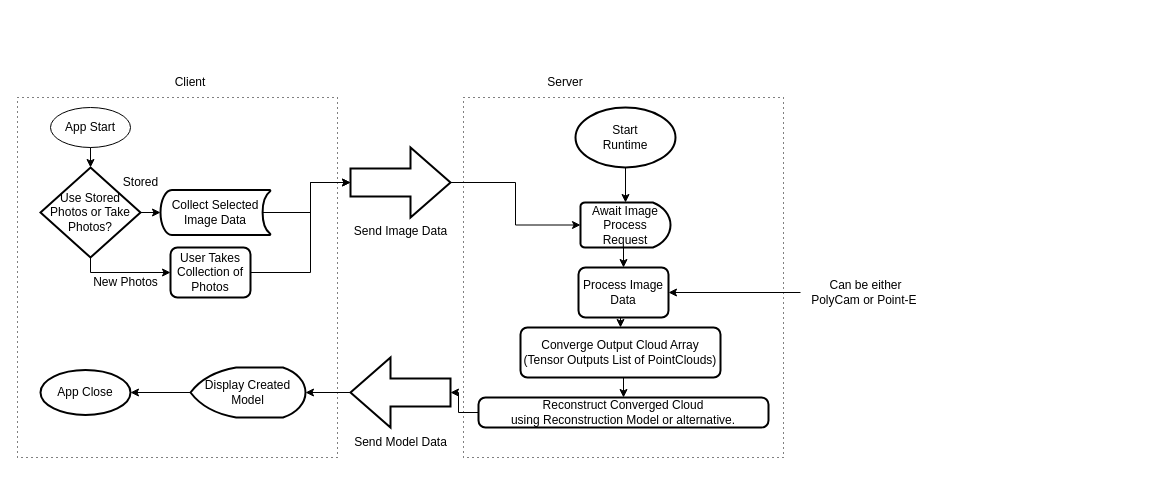
Above: Paper/Diagrams/Point_E Diagram.drawio in F-Dudley/Dissertation-2022_2023 (draw.io), before the change. Source tidied: cells renumbered, new cells numbered last; positions are measured from the earlier drawing's top-left corner, leaving out a move shared by most shapes. Both pictures are drawn from the tidied source at 100%, with x=0, y=0 at pixel (17, 67).
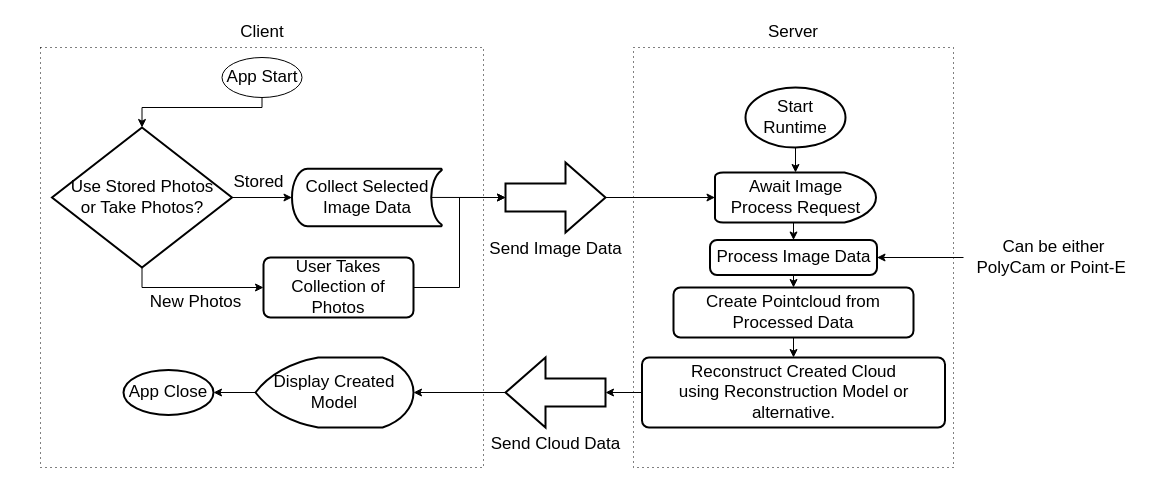
Above is the later version.

Change to the diagram source:
```diff
@@
-    <mxCell id="2" style="rounded=0;whiteSpace=wrap;html=1;dashed=1;dashPattern=1 4;fillColor=none;" parent="1" vertex="1">
-      <mxGeometry y="30" width="320" height="360" as="geometry" />
+    <mxCell id="2" style="rounded=0;whiteSpace=wrap;html=1;dashed=1;dashPattern=1 4;fillColor=none;fontSize=17;" parent="1" vertex="1">
+      <mxGeometry x="23" y="-20" width="443" height="420" as="geometry" />
     </mxCell>
-    <mxCell id="3" style="rounded=0;whiteSpace=wrap;html=1;dashed=1;dashPattern=1 4;fillColor=none;" parent="1" vertex="1">
-      <mxGeometry x="446" y="30" width="320" height="360" as="geometry" />
+    <mxCell id="3" style="rounded=0;whiteSpace=wrap;html=1;dashed=1;dashPattern=1 4;fillColor=none;fontSize=17;" parent="1" vertex="1">
+      <mxGeometry x="616" y="-20" width="320" height="420" as="geometry" />
     </mxCell>
-    <mxCell id="4" value="Client" style="text;html=1;strokeColor=none;fillColor=none;align=center;verticalAlign=middle;whiteSpace=wrap;rounded=0;" parent="1" vertex="1">
-      <mxGeometry x="143" width="60" height="30" as="geometry" />
+    <mxCell id="4" value="Client" style="text;html=1;strokeColor=none;fillColor=none;align=center;verticalAlign=middle;whiteSpace=wrap;rounded=0;fontSize=17;" parent="1" vertex="1">
+      <mxGeometry x="214.5" y="-50" width="60" height="30" as="geometry" />
     </mxCell>
-    <mxCell id="5" value="Server" style="text;html=1;strokeColor=none;fillColor=none;align=center;verticalAlign=middle;whiteSpace=wrap;rounded=0;" parent="1" vertex="1">
-      <mxGeometry x="518" width="60" height="30" as="geometry" />
+    <mxCell id="5" value="Server" style="text;html=1;strokeColor=none;fillColor=none;align=center;verticalAlign=middle;whiteSpace=wrap;rounded=0;fontSize=17;" parent="1" vertex="1">
+      <mxGeometry x="746" y="-50" width="60" height="30" as="geometry" />
     </mxCell>
     <mxCell id="6" style="edgeStyle=orthogonalEdgeStyle;rounded=0;jettySize=auto;html=1;exitX=0.5;exitY=1;exitDx=0;exitDy=0;entryX=0.5;entryY=0;entryDx=0;entryDy=0;entryPerimeter=0;" parent="1" edge="1" source="7" target="12">
-      <mxGeometry relative="1" as="geometry" />
+      <mxGeometry relative="1" as="geometry">
+        <Array as="points">
+          <mxPoint x="245" y="40" />
+          <mxPoint x="125" y="40" />
+        </Array>
+      </mxGeometry>
     </mxCell>
-    <mxCell id="7" value="App Start" style="ellipse;whiteSpace=wrap;html=1;fillColor=none;" parent="1" vertex="1">
-      <mxGeometry x="33" y="40" width="80" height="40" as="geometry" />
+    <mxCell id="7" value="App Start" style="ellipse;whiteSpace=wrap;html=1;fillColor=none;fontSize=17;" parent="1" vertex="1">
+      <mxGeometry x="204.5" y="-10" width="80" height="40" as="geometry" />
     </mxCell>
     <mxCell id="8" style="edgeStyle=orthogonalEdgeStyle;rounded=0;jettySize=auto;html=1;exitX=1;exitY=0.5;exitDx=0;exitDy=0;entryX=0;entryY=0.5;entryDx=0;entryDy=0;entryPerimeter=0;" parent="1" edge="1" source="9" target="13">
-      <mxGeometry relative="1" as="geometry">
-        <Array as="points">
-          <mxPoint x="293" y="205" />
-          <mxPoint x="293" y="115" />
-        </Array>
-      </mxGeometry>
+      <mxGeometry relative="1" as="geometry" />
     </mxCell>
-    <mxCell id="9" value="User Takes Collection of Photos" style="rounded=1;whiteSpace=wrap;html=1;absoluteArcSize=1;arcSize=14;strokeWidth=2;fillColor=none;" parent="1" vertex="1">
-      <mxGeometry x="153" y="180" width="80" height="50" as="geometry" />
+    <mxCell id="9" value="User Takes Collection of Photos" style="rounded=1;whiteSpace=wrap;html=1;absoluteArcSize=1;arcSize=14;strokeWidth=2;fillColor=none;fontSize=17;" parent="1" vertex="1">
+      <mxGeometry x="246" y="190" width="150" height="60" as="geometry" />
     </mxCell>
+    <mxCell id="11" style="edgeStyle=orthogonalEdgeStyle;rounded=0;jettySize=auto;html=1;exitX=0.5;exitY=1;exitDx=0;exitDy=0;exitPerimeter=0;entryX=0;entryY=0.5;entryDx=0;entryDy=0;" parent="1" edge="1" source="12" target="9">
+      <mxGeometry relative="1" as="geometry" />
+    </mxCell>
-    <mxCell id="10" style="edgeStyle=orthogonalEdgeStyle;rounded=0;jettySize=auto;html=1;exitX=1;exitY=0.5;exitDx=0;exitDy=0;exitPerimeter=0;entryX=0;entryY=0.5;entryDx=0;entryDy=0;entryPerimeter=0;" parent="1" edge="1" source="12" target="15">
+    <mxCell id="10" style="edgeStyle=orthogonalEdgeStyle;rounded=0;jettySize=auto;html=1;exitX=1;exitY=0.5;exitDx=0;exitDy=0;exitPerimeter=0;" parent="1" edge="1" source="12" target="15">
       <mxGeometry relative="1" as="geometry" />
     </mxCell>
-    <mxCell id="11" style="edgeStyle=orthogonalEdgeStyle;rounded=0;jettySize=auto;html=1;exitX=0.5;exitY=1;exitDx=0;exitDy=0;exitPerimeter=0;entryX=0;entryY=0.5;entryDx=0;entryDy=0;" parent="1" edge="1" source="12" target="9">
-      <mxGeometry relative="1" as="geometry">
-        <Array as="points">
-          <mxPoint x="73" y="205" />
-        </Array>
-      </mxGeometry>
-    </mxCell>
-    <mxCell id="12" value="Use Stored Photos or Take Photos?" style="strokeWidth=2;html=1;shape=mxgraph.flowchart.decision;whiteSpace=wrap;fillColor=none;" parent="1" vertex="1">
-      <mxGeometry x="23" y="100" width="100" height="90" as="geometry" />
+    <mxCell id="12" value="Use Stored Photos &lt;br&gt;or Take Photos?" style="strokeWidth=2;html=1;shape=mxgraph.flowchart.decision;whiteSpace=wrap;fillColor=none;fontSize=17;" parent="1" vertex="1">
+      <mxGeometry x="34.5" y="60" width="180" height="140" as="geometry" />
     </mxCell>
+    <mxCell id="25" style="edgeStyle=orthogonalEdgeStyle;rounded=0;jettySize=auto;html=1;exitX=1;exitY=0.5;exitDx=0;exitDy=0;exitPerimeter=0;entryX=0;entryY=0.5;entryDx=0;entryDy=0;entryPerimeter=0;" parent="1" edge="1" source="13" target="24">
+      <mxGeometry relative="1" as="geometry" />
+    </mxCell>
-    <mxCell id="13" value="Send Image Data" style="verticalLabelPosition=bottom;verticalAlign=top;html=1;strokeWidth=2;shape=mxgraph.arrows2.arrow;dy=0.6;dx=40;notch=0;fillColor=none;" parent="1" vertex="1">
-      <mxGeometry x="333" y="80" width="100" height="70" as="geometry" />
+    <mxCell id="13" value="Send Image Data" style="verticalLabelPosition=bottom;verticalAlign=top;html=1;strokeWidth=2;shape=mxgraph.arrows2.arrow;dy=0.6;dx=40;notch=0;fillColor=none;fontSize=17;" parent="1" vertex="1">
+      <mxGeometry x="488" y="95" width="100" height="70" as="geometry" />
     </mxCell>
-    <mxCell id="14" style="edgeStyle=orthogonalEdgeStyle;rounded=0;jettySize=auto;html=1;exitX=0.93;exitY=0.5;exitDx=0;exitDy=0;exitPerimeter=0;" parent="1" edge="1" source="15" target="13">
+    <mxCell id="14" style="edgeStyle=orthogonalEdgeStyle;rounded=0;jettySize=auto;html=1;exitX=0.93;exitY=0.5;exitDx=0;exitDy=0;exitPerimeter=0;entryX=0;entryY=0.5;entryDx=0;entryDy=0;entryPerimeter=0;" parent="1" edge="1" source="15" target="13">
       <mxGeometry relative="1" as="geometry" />
     </mxCell>
-    <mxCell id="15" value="Collect Selected Image Data" style="strokeWidth=2;html=1;shape=mxgraph.flowchart.stored_data;whiteSpace=wrap;fillColor=none;" parent="1" vertex="1">
-      <mxGeometry x="143" y="122.5" width="110" height="45" as="geometry" />
+    <mxCell id="15" value="Collect Selected Image Data" style="strokeWidth=2;html=1;shape=mxgraph.flowchart.stored_data;whiteSpace=wrap;fillColor=none;fontSize=17;" parent="1" vertex="1">
+      <mxGeometry x="274.5" y="101.2" width="150" height="57.5" as="geometry" />
     </mxCell>
-    <mxCell id="16" value="New Photos" style="text;html=1;align=center;verticalAlign=middle;strokeColor=none;fillColor=none;" parent="1" vertex="1">
-      <mxGeometry x="63" y="200" width="90" height="30" as="geometry" />
+    <mxCell id="16" value="New Photos" style="text;html=1;align=center;verticalAlign=middle;strokeColor=none;fillColor=none;fontSize=17;" parent="1" vertex="1">
+      <mxGeometry x="118" y="220" width="120" height="30" as="geometry" />
     </mxCell>
-    <mxCell id="17" value="Stored" style="text;html=1;align=center;verticalAlign=middle;strokeColor=none;fillColor=none;" parent="1" vertex="1">
-      <mxGeometry x="93" y="100" width="60" height="30" as="geometry" />
+    <mxCell id="17" value="Stored" style="text;html=1;align=center;verticalAlign=middle;strokeColor=none;fillColor=none;fontSize=17;" parent="1" vertex="1">
+      <mxGeometry x="206" y="100" width="70" height="30" as="geometry" />
     </mxCell>
-    <mxCell id="18" style="edgeStyle=orthogonalEdgeStyle;rounded=0;jettySize=auto;html=1;exitX=0.5;exitY=1;exitDx=0;exitDy=0;entryX=0.5;entryY=0;entryDx=0;entryDy=0;" parent="1" edge="1" source="20" target="27">
+    <mxCell id="18" style="edgeStyle=orthogonalEdgeStyle;rounded=0;jettySize=auto;html=1;exitX=0.5;exitY=1;exitDx=0;exitDy=0;entryX=0.5;entryY=0;entryDx=0;entryDy=0;fontSize=17;" parent="1" edge="1" source="20" target="27">
       <mxGeometry relative="1" as="geometry" />
     </mxCell>
-    <mxCell id="19" style="edgeStyle=orthogonalEdgeStyle;rounded=0;jettySize=auto;html=1;entryX=1;entryY=0.5;entryDx=0;entryDy=0;" parent="1" edge="1" source="36" target="20">
+    <mxCell id="19" style="edgeStyle=orthogonalEdgeStyle;rounded=0;jettySize=auto;html=1;entryX=1;entryY=0.5;entryDx=0;entryDy=0;fontSize=17;" parent="1" edge="1" source="36" target="20">
       <mxGeometry relative="1" as="geometry" />
     </mxCell>
-    <mxCell id="20" value="Process Image Data" style="rounded=1;whiteSpace=wrap;html=1;absoluteArcSize=1;arcSize=14;strokeWidth=2;fillColor=none;" parent="1" vertex="1">
-      <mxGeometry x="561" y="200" width="90" height="50" as="geometry" />
+    <mxCell id="20" value="Process Image Data" style="rounded=1;whiteSpace=wrap;html=1;absoluteArcSize=1;arcSize=14;strokeWidth=2;fillColor=none;fontSize=17;" parent="1" vertex="1">
+      <mxGeometry x="692.5" y="172.5" width="167" height="35" as="geometry" />
     </mxCell>
-    <mxCell id="21" style="edgeStyle=orthogonalEdgeStyle;rounded=0;jettySize=auto;html=1;exitX=0.5;exitY=1;exitDx=0;exitDy=0;exitPerimeter=0;entryX=0.5;entryY=0;entryDx=0;entryDy=0;entryPerimeter=0;" parent="1" edge="1" source="22" target="24">
+    <mxCell id="21" style="edgeStyle=orthogonalEdgeStyle;rounded=0;jettySize=auto;html=1;exitX=0.5;exitY=1;exitDx=0;exitDy=0;exitPerimeter=0;entryX=0.5;entryY=0;entryDx=0;entryDy=0;entryPerimeter=0;fontSize=17;" parent="1" edge="1" source="22" target="24">
       <mxGeometry relative="1" as="geometry" />
     </mxCell>
-    <mxCell id="22" value="Start&lt;br&gt;Runtime" style="strokeWidth=2;html=1;shape=mxgraph.flowchart.start_1;whiteSpace=wrap;fillColor=none;" parent="1" vertex="1">
-      <mxGeometry x="558" y="40" width="100" height="60" as="geometry" />
+    <mxCell id="22" value="Start&lt;br style=&quot;font-size: 17px;&quot;&gt;Runtime" style="strokeWidth=2;html=1;shape=mxgraph.flowchart.start_1;whiteSpace=wrap;fillColor=none;fontSize=17;" parent="1" vertex="1">
+      <mxGeometry x="728" y="20" width="100" height="60" as="geometry" />
     </mxCell>
@@
-    <mxCell id="24" value="Await Image Process Request" style="strokeWidth=2;html=1;shape=mxgraph.flowchart.delay;whiteSpace=wrap;fillColor=none;" parent="1" vertex="1">
-      <mxGeometry x="563" y="135" width="90" height="45" as="geometry" />
+    <mxCell id="24" value="Await Image Process Request" style="strokeWidth=2;html=1;shape=mxgraph.flowchart.delay;whiteSpace=wrap;fillColor=none;fontSize=17;" parent="1" vertex="1">
+      <mxGeometry x="697.5" y="105" width="161" height="50" as="geometry" />
     </mxCell>
-    <mxCell id="25" style="edgeStyle=orthogonalEdgeStyle;rounded=0;jettySize=auto;html=1;" parent="1" edge="1" source="13" target="24">
-      <mxGeometry relative="1" as="geometry" />
-    </mxCell>
@@
-    <mxCell id="27" value="Converge Output Cloud Array (Tensor Outputs List of PointClouds)" style="rounded=1;whiteSpace=wrap;html=1;absoluteArcSize=1;arcSize=14;strokeWidth=2;fillColor=none;" parent="1" vertex="1">
-      <mxGeometry x="503" y="260" width="200" height="50" as="geometry" />
+    <mxCell id="27" value="Create Pointcloud from Processed Data" style="rounded=1;whiteSpace=wrap;html=1;absoluteArcSize=1;arcSize=14;strokeWidth=2;fillColor=none;fontSize=17;" parent="1" vertex="1">
+      <mxGeometry x="656" y="220" width="240" height="50" as="geometry" />
     </mxCell>
-    <mxCell id="28" style="edgeStyle=orthogonalEdgeStyle;rounded=0;jettySize=auto;html=1;exitX=0;exitY=0.5;exitDx=0;exitDy=0;" parent="1" edge="1" source="29" target="31">
-      <mxGeometry relative="1" as="geometry" />
-    </mxCell>
+    <mxCell id="37" style="edgeStyle=orthogonalEdgeStyle;rounded=0;jettySize=auto;html=1;exitX=0;exitY=0.5;exitDx=0;exitDy=0;entryX=0;entryY=0.5;entryDx=0;entryDy=0;entryPerimeter=0;" parent="1" edge="1" source="29" target="39">
+      <mxGeometry relative="1" as="geometry" />
+    </mxCell>
-    <mxCell id="29" value="Reconstruct Converged Cloud&lt;br&gt;using Reconstruction Model or alternative." style="rounded=1;whiteSpace=wrap;html=1;absoluteArcSize=1;arcSize=14;strokeWidth=2;fillColor=none;" parent="1" vertex="1">
-      <mxGeometry x="461" y="330" width="290" height="30" as="geometry" />
+    <mxCell id="29" value="Reconstruct Created Cloud&lt;br style=&quot;font-size: 17px;&quot;&gt;using Reconstruction Model or alternative." style="rounded=1;whiteSpace=wrap;html=1;absoluteArcSize=1;arcSize=14;strokeWidth=2;fillColor=none;fontSize=17;" parent="1" vertex="1">
+      <mxGeometry x="624.5" y="290" width="303" height="70" as="geometry" />
     </mxCell>
-    <mxCell id="30" style="edgeStyle=orthogonalEdgeStyle;rounded=0;jettySize=auto;html=1;exitX=1;exitY=0.5;exitDx=0;exitDy=0;exitPerimeter=0;entryX=1;entryY=0.5;entryDx=0;entryDy=0;entryPerimeter=0;" parent="1" edge="1" source="31" target="34">
-      <mxGeometry relative="1" as="geometry" />
-    </mxCell>
-    <mxCell id="31" style="verticalLabelPosition=bottom;verticalAlign=top;html=1;strokeWidth=2;shape=mxgraph.arrows2.arrow;dy=0.6;dx=40;notch=0;fillColor=none;rotation=-180;" parent="1" vertex="1">
-      <mxGeometry x="333" y="290" width="100" height="70" as="geometry" />
-    </mxCell>
-    <mxCell id="32" value="Send Model Data" style="text;html=1;align=center;verticalAlign=middle;strokeColor=none;fillColor=none;" parent="1" vertex="1">
-      <mxGeometry x="323" y="360" width="120" height="30" as="geometry" />
-    </mxCell>
@@
-    <mxCell id="34" value="Display Created Model" style="strokeWidth=2;html=1;shape=mxgraph.flowchart.display;whiteSpace=wrap;fillColor=none;" parent="1" vertex="1">
-      <mxGeometry x="173" y="300" width="115" height="50" as="geometry" />
+    <mxCell id="34" value="Display Created Model" style="strokeWidth=2;html=1;shape=mxgraph.flowchart.display;whiteSpace=wrap;fillColor=none;fontSize=17;" parent="1" vertex="1">
+      <mxGeometry x="238" y="290" width="158" height="70" as="geometry" />
     </mxCell>
-    <mxCell id="35" value="App Close" style="strokeWidth=2;html=1;shape=mxgraph.flowchart.start_1;whiteSpace=wrap;fillColor=none;" parent="1" vertex="1">
-      <mxGeometry x="23" y="302.5" width="90" height="45" as="geometry" />
+    <mxCell id="35" value="App Close" style="strokeWidth=2;html=1;shape=mxgraph.flowchart.start_1;whiteSpace=wrap;fillColor=none;fontSize=17;" parent="1" vertex="1">
+      <mxGeometry x="106" y="302.5" width="90" height="45" as="geometry" />
     </mxCell>
-    <mxCell id="36" value="Can be either &lt;br&gt;PolyCam or Point-E&amp;nbsp;" style="text;html=1;align=center;verticalAlign=middle;points=[];strokeColor=none;fillColor=none;" parent="1" vertex="1">
-      <mxGeometry x="783" y="205" width="130" height="40" as="geometry" />
+    <mxCell id="36" value="Can be either &lt;br style=&quot;font-size: 17px;&quot;&gt;PolyCam or Point-E&amp;nbsp;" style="text;html=1;align=center;verticalAlign=middle;points=[];strokeColor=none;fillColor=none;fontSize=17;labelBorderColor=none;spacingLeft=0;" parent="1" vertex="1">
+      <mxGeometry x="946" y="165" width="180" height="50" as="geometry" />
     </mxCell>
+    <mxCell id="38" style="edgeStyle=orthogonalEdgeStyle;rounded=0;jettySize=auto;html=1;exitX=1;exitY=0.5;exitDx=0;exitDy=0;exitPerimeter=0;entryX=1;entryY=0.5;entryDx=0;entryDy=0;entryPerimeter=0;" parent="1" edge="1" source="39" target="34">
+      <mxGeometry relative="1" as="geometry" />
+    </mxCell>
+    <mxCell id="39" value="Send Cloud Data" style="verticalLabelPosition=bottom;verticalAlign=top;html=1;strokeWidth=2;shape=mxgraph.arrows2.arrow;dy=0.6;dx=40;notch=0;fillColor=none;fontSize=17;flipH=1;" parent="1" vertex="1">
+      <mxGeometry x="488" y="290" width="100" height="70" as="geometry" />
+    </mxCell>
```
